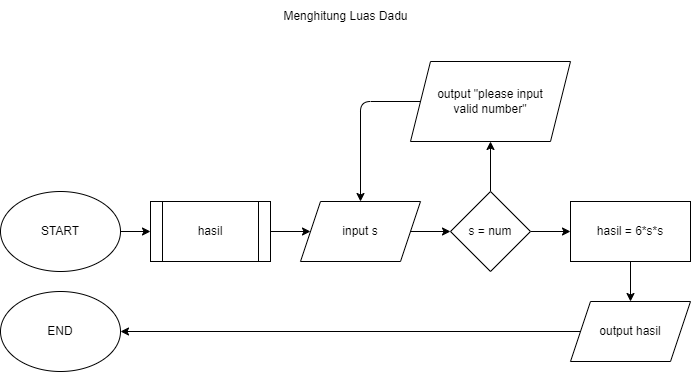
patih1/fwg17-computer-science keeps this draw.io diagram as 5-flowchart menghitung sisi dadu.png. Above is the earlier version. Source tidied: cells renumbered, new cells last; positions are measured from the earlier drawing's top-left corner, leaving out a move shared by most shapes. Its diagram source:
```xml
<mxGraphModel>
  <root>
    <mxCell id="0" />
    <mxCell id="1" parent="0" />
    <mxCell id="2" style="edgeStyle=none;html=1;" parent="1" edge="1" source="3" target="5">
      <mxGeometry relative="1" as="geometry" />
    </mxCell>
    <mxCell id="3" value="START" style="ellipse;whiteSpace=wrap;html=1;" parent="1" vertex="1">
      <mxGeometry y="190" width="120" height="80" as="geometry" />
    </mxCell>
    <mxCell id="4" style="edgeStyle=none;html=1;" parent="1" edge="1" source="5" target="7">
      <mxGeometry relative="1" as="geometry" />
    </mxCell>
    <mxCell id="5" value="hasil" style="shape=process;whiteSpace=wrap;html=1;backgroundOutline=1;" parent="1" vertex="1">
      <mxGeometry x="150" y="200" width="120" height="60" as="geometry" />
    </mxCell>
    <mxCell id="6" style="edgeStyle=none;html=1;" parent="1" edge="1" source="7" target="10">
      <mxGeometry relative="1" as="geometry" />
    </mxCell>
    <mxCell id="7" value="input s" style="shape=parallelogram;perimeter=parallelogramPerimeter;whiteSpace=wrap;html=1;fixedSize=1;" parent="1" vertex="1">
      <mxGeometry x="300" y="200" width="120" height="60" as="geometry" />
    </mxCell>
    <mxCell id="8" style="edgeStyle=none;html=1;" parent="1" edge="1" source="10" target="12">
      <mxGeometry relative="1" as="geometry" />
    </mxCell>
    <mxCell id="9" style="edgeStyle=none;html=1;" parent="1" edge="1" source="10" target="14">
      <mxGeometry relative="1" as="geometry" />
    </mxCell>
    <mxCell id="10" value="s = num" style="rhombus;whiteSpace=wrap;html=1;" parent="1" vertex="1">
      <mxGeometry x="450" y="190" width="80" height="80" as="geometry" />
    </mxCell>
    <mxCell id="11" style="edgeStyle=none;html=1;exitX=0;exitY=0.5;exitDx=0;exitDy=0;entryX=0.5;entryY=0;entryDx=0;entryDy=0;" parent="1" edge="1" source="12" target="7">
      <mxGeometry relative="1" as="geometry">
        <Array as="points">
          <mxPoint x="360" y="100" />
        </Array>
      </mxGeometry>
    </mxCell>
    <mxCell id="12" value="output &quot;please input &lt;br&gt;valid number&quot;" style="shape=parallelogram;perimeter=parallelogramPerimeter;whiteSpace=wrap;html=1;fixedSize=1;" parent="1" vertex="1">
      <mxGeometry x="410" y="60" width="160" height="80" as="geometry" />
    </mxCell>
    <mxCell id="13" style="edgeStyle=none;html=1;" parent="1" edge="1" source="14" target="16">
      <mxGeometry relative="1" as="geometry" />
    </mxCell>
    <mxCell id="14" value="hasil = 6*s*s" style="whiteSpace=wrap;html=1;" parent="1" vertex="1">
      <mxGeometry x="570" y="200" width="120" height="60" as="geometry" />
    </mxCell>
    <mxCell id="15" style="edgeStyle=none;html=1;exitX=0;exitY=0.5;exitDx=0;exitDy=0;entryX=1;entryY=0.5;entryDx=0;entryDy=0;" parent="1" edge="1" source="16" target="17">
      <mxGeometry relative="1" as="geometry" />
    </mxCell>
    <mxCell id="16" value="output hasil" style="shape=parallelogram;perimeter=parallelogramPerimeter;whiteSpace=wrap;html=1;fixedSize=1;" parent="1" vertex="1">
      <mxGeometry x="570" y="300" width="120" height="60" as="geometry" />
    </mxCell>
    <mxCell id="17" value="END" style="ellipse;whiteSpace=wrap;html=1;" parent="1" vertex="1">
      <mxGeometry y="290" width="120" height="80" as="geometry" />
    </mxCell>
    <mxCell id="18" value="Menghitung Luas Dadu" style="text;html=1;align=center;verticalAlign=middle;strokeColor=none;fillColor=none;strokeWidth=2;" parent="1" vertex="1">
      <mxGeometry x="270" width="150" height="30" as="geometry" />
    </mxCell>
  </root>
</mxGraphModel>
```
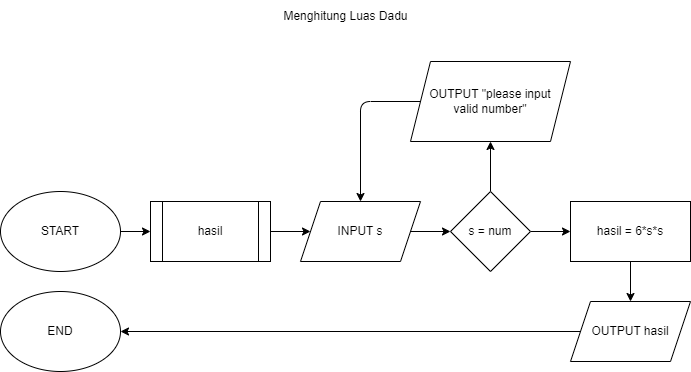
Later version of the same file.

The edit, as a diff of the source:
```diff
@@ -2,60 +2,60 @@
   <root>
     <mxCell id="0" />
     <mxCell id="1" parent="0" />
-    <mxCell id="2" style="edgeStyle=none;html=1;" parent="1" edge="1" source="3" target="5">
-      <mxGeometry relative="1" as="geometry" />
-    </mxCell>
+    <mxCell id="18" style="edgeStyle=none;html=1;" parent="1" edge="1" source="3" target="5">
+      <mxGeometry relative="1" as="geometry" />
+    </mxCell>
     <mxCell id="3" value="START" style="ellipse;whiteSpace=wrap;html=1;" parent="1" vertex="1">
       <mxGeometry y="190" width="120" height="80" as="geometry" />
     </mxCell>
-    <mxCell id="4" style="edgeStyle=none;html=1;" parent="1" edge="1" source="5" target="7">
-      <mxGeometry relative="1" as="geometry" />
-    </mxCell>
+    <mxCell id="19" style="edgeStyle=none;html=1;" parent="1" edge="1" source="5" target="21">
+      <mxGeometry relative="1" as="geometry" />
+    </mxCell>
     <mxCell id="5" value="hasil" style="shape=process;whiteSpace=wrap;html=1;backgroundOutline=1;" parent="1" vertex="1">
       <mxGeometry x="150" y="200" width="120" height="60" as="geometry" />
     </mxCell>
-    <mxCell id="6" style="edgeStyle=none;html=1;" parent="1" edge="1" source="7" target="10">
-      <mxGeometry relative="1" as="geometry" />
-    </mxCell>
-    <mxCell id="7" value="input s" style="shape=parallelogram;perimeter=parallelogramPerimeter;whiteSpace=wrap;html=1;fixedSize=1;" parent="1" vertex="1">
-      <mxGeometry x="300" y="200" width="120" height="60" as="geometry" />
-    </mxCell>
-    <mxCell id="8" style="edgeStyle=none;html=1;" parent="1" edge="1" source="10" target="12">
-      <mxGeometry relative="1" as="geometry" />
-    </mxCell>
+    <mxCell id="20" style="edgeStyle=none;html=1;" parent="1" edge="1" source="21" target="10">
+      <mxGeometry relative="1" as="geometry" />
+    </mxCell>
+    <mxCell id="21" value="INPUT s" style="shape=parallelogram;perimeter=parallelogramPerimeter;whiteSpace=wrap;html=1;fixedSize=1;" parent="1" vertex="1">
+      <mxGeometry x="300" y="200" width="120" height="60" as="geometry" />
+    </mxCell>
+    <mxCell id="22" style="edgeStyle=none;html=1;" parent="1" edge="1" source="10" target="24">
+      <mxGeometry relative="1" as="geometry" />
+    </mxCell>
     <mxCell id="9" style="edgeStyle=none;html=1;" parent="1" edge="1" source="10" target="14">
       <mxGeometry relative="1" as="geometry" />
     </mxCell>
     <mxCell id="10" value="s = num" style="rhombus;whiteSpace=wrap;html=1;" parent="1" vertex="1">
       <mxGeometry x="450" y="190" width="80" height="80" as="geometry" />
     </mxCell>
-    <mxCell id="11" style="edgeStyle=none;html=1;exitX=0;exitY=0.5;exitDx=0;exitDy=0;entryX=0.5;entryY=0;entryDx=0;entryDy=0;" parent="1" edge="1" source="12" target="7">
-      <mxGeometry relative="1" as="geometry">
-        <Array as="points">
-          <mxPoint x="360" y="100" />
-        </Array>
-      </mxGeometry>
-    </mxCell>
-    <mxCell id="12" value="output &quot;please input &lt;br&gt;valid number&quot;" style="shape=parallelogram;perimeter=parallelogramPerimeter;whiteSpace=wrap;html=1;fixedSize=1;" parent="1" vertex="1">
-      <mxGeometry x="410" y="60" width="160" height="80" as="geometry" />
-    </mxCell>
-    <mxCell id="13" style="edgeStyle=none;html=1;" parent="1" edge="1" source="14" target="16">
-      <mxGeometry relative="1" as="geometry" />
-    </mxCell>
+    <mxCell id="23" style="edgeStyle=none;html=1;exitX=0;exitY=0.5;exitDx=0;exitDy=0;entryX=0.5;entryY=0;entryDx=0;entryDy=0;" parent="1" edge="1" source="24" target="21">
+      <mxGeometry relative="1" as="geometry">
+        <Array as="points">
+          <mxPoint x="360" y="100" />
+        </Array>
+      </mxGeometry>
+    </mxCell>
+    <mxCell id="24" value="OUTPUT &quot;please input &lt;br&gt;valid number&quot;" style="shape=parallelogram;perimeter=parallelogramPerimeter;whiteSpace=wrap;html=1;fixedSize=1;" parent="1" vertex="1">
+      <mxGeometry x="410" y="60" width="160" height="80" as="geometry" />
+    </mxCell>
+    <mxCell id="25" style="edgeStyle=none;html=1;" parent="1" edge="1" source="14" target="27">
+      <mxGeometry relative="1" as="geometry" />
+    </mxCell>
     <mxCell id="14" value="hasil = 6*s*s" style="whiteSpace=wrap;html=1;" parent="1" vertex="1">
       <mxGeometry x="570" y="200" width="120" height="60" as="geometry" />
     </mxCell>
-    <mxCell id="15" style="edgeStyle=none;html=1;exitX=0;exitY=0.5;exitDx=0;exitDy=0;entryX=1;entryY=0.5;entryDx=0;entryDy=0;" parent="1" edge="1" source="16" target="17">
-      <mxGeometry relative="1" as="geometry" />
-    </mxCell>
-    <mxCell id="16" value="output hasil" style="shape=parallelogram;perimeter=parallelogramPerimeter;whiteSpace=wrap;html=1;fixedSize=1;" parent="1" vertex="1">
-      <mxGeometry x="570" y="300" width="120" height="60" as="geometry" />
-    </mxCell>
+    <mxCell id="26" style="edgeStyle=none;html=1;exitX=0;exitY=0.5;exitDx=0;exitDy=0;entryX=1;entryY=0.5;entryDx=0;entryDy=0;" parent="1" edge="1" source="27" target="17">
+      <mxGeometry relative="1" as="geometry" />
+    </mxCell>
+    <mxCell id="27" value="OUTPUT hasil" style="shape=parallelogram;perimeter=parallelogramPerimeter;whiteSpace=wrap;html=1;fixedSize=1;" parent="1" vertex="1">
+      <mxGeometry x="570" y="300" width="120" height="60" as="geometry" />
+    </mxCell>
     <mxCell id="17" value="END" style="ellipse;whiteSpace=wrap;html=1;" parent="1" vertex="1">
       <mxGeometry y="290" width="120" height="80" as="geometry" />
     </mxCell>
-    <mxCell id="18" value="Menghitung Luas Dadu" style="text;html=1;align=center;verticalAlign=middle;strokeColor=none;fillColor=none;strokeWidth=2;" parent="1" vertex="1">
-      <mxGeometry x="270" width="150" height="30" as="geometry" />
-    </mxCell>
+    <mxCell id="28" value="Menghitung Luas Dadu" style="text;html=1;align=center;verticalAlign=middle;strokeColor=none;fillColor=none;strokeWidth=2;" parent="1" vertex="1">
+      <mxGeometry x="270" width="150" height="30" as="geometry" />
+    </mxCell>
   </root>
 </mxGraphModel>
```
